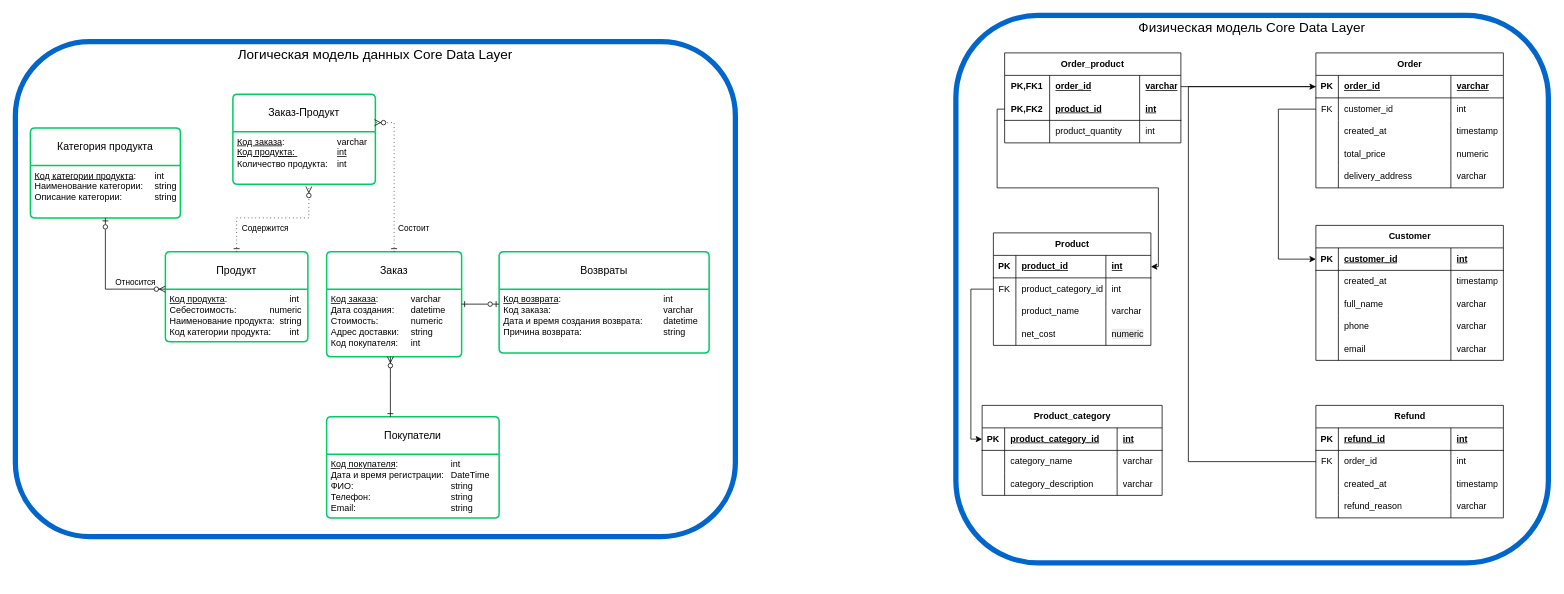
Before: page "CDL" (1 of 2) of PWH-18_HW1.drawio in nik-gorby/PWH-18, a draw.io diagram. Source tidied: cells renumbered, new cells numbered last; positions are measured from the earlier drawing's top-left corner, leaving out a move shared by most shapes. Both pictures are drawn from the tidied source at 75%, with x=0, y=0 at pixel (15, 15).
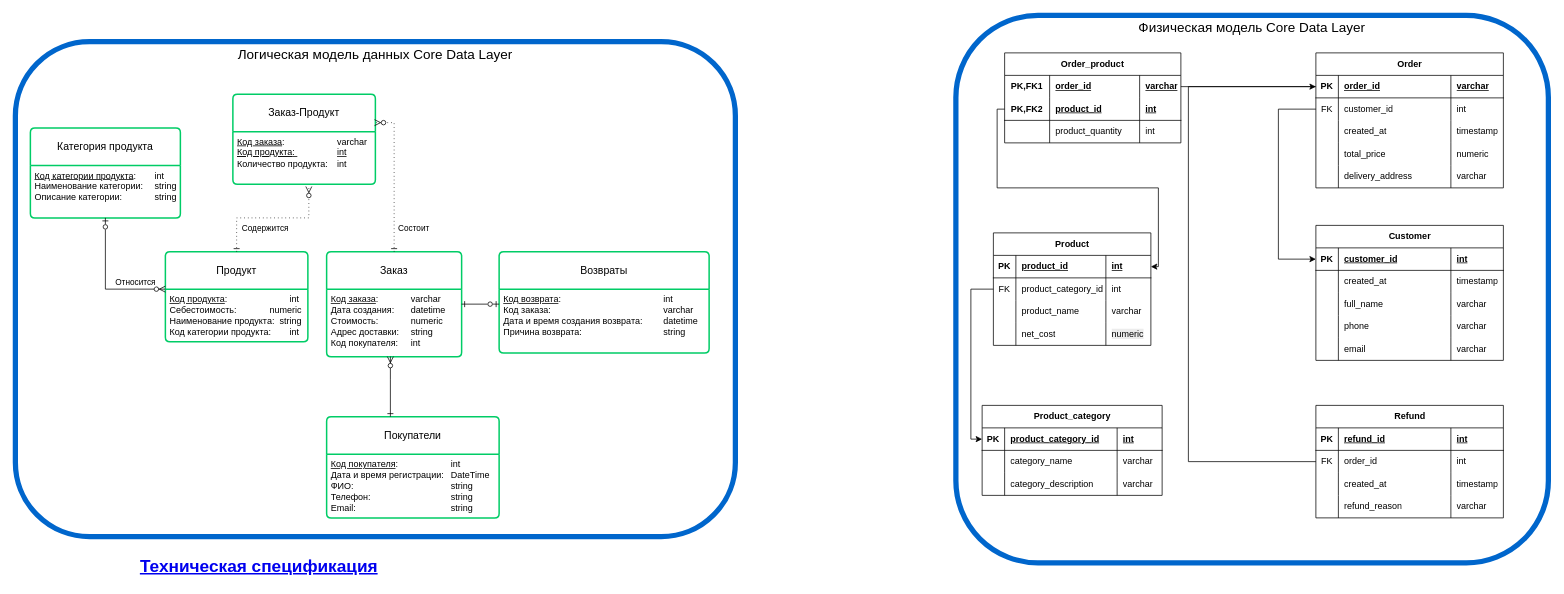
The same page after the edit.

Change to the diagram source:
```diff
@@
+    <mxCell id="133" value="Техническая спецификация" style="text;html=1;strokeColor=none;fillColor=none;whiteSpace=wrap;align=center;verticalAlign=middle;fontColor=#0000EE;fontStyle=5;fontSize=23;" parent="1" vertex="1">
+      <mxGeometry x="55" y="714" width="540" height="40" as="geometry" />
+    </mxCell>
```
